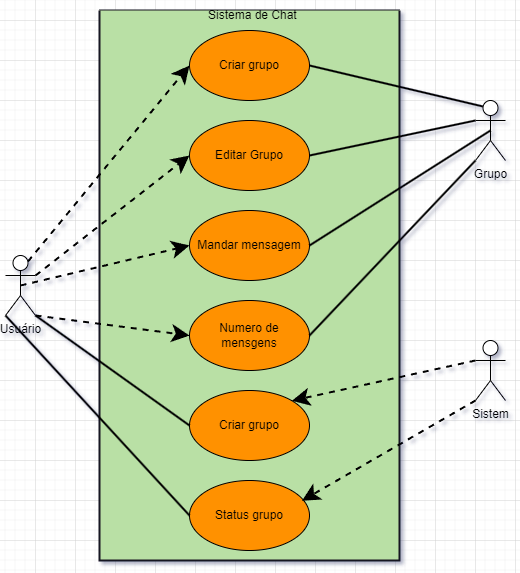
This is systemDocumentation/Pictures/diagram/casodeuso.drawio.png from ARRETdaniel/22-2_paradigm_O_O, a draw.io export, as it was before one commit. Source tidied: cells renumbered, new cells last; positions are measured from the earlier drawing's top-left corner, leaving out a move shared by most shapes.
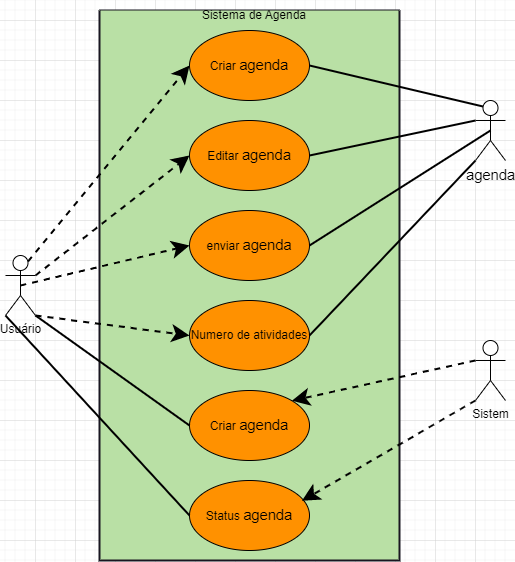
The same file after the commit.

Diff of the diagram source:
```diff
@@ -5,25 +5,25 @@
     <mxCell id="2" style="swimlane;startSize=0;fillColor=#d5e8d4;strokeColor=#191621;swimlaneFillColor=#B9E0A5;gradientColor=none;strokeWidth=2;" parent="1" vertex="1">
       <mxGeometry x="94" y="10" width="300" height="550" as="geometry" />
     </mxCell>
-    <mxCell id="3" value="Criar grupo" style="ellipse;whiteSpace=wrap;html=1;fillColor=#FF9100;gradientColor=none;" parent="2" vertex="1">
+    <mxCell id="3" value="Criar&amp;nbsp;&lt;span id=&quot;docs-internal-guid-5d248136-7fff-6230-5ce6-fc6c9844654c&quot;&gt;&lt;span style=&quot;font-size: 11pt; font-family: Arial; background-color: transparent; font-variant-numeric: normal; font-variant-east-asian: normal; vertical-align: baseline;&quot;&gt;agenda&lt;/span&gt;&lt;/span&gt;" style="ellipse;whiteSpace=wrap;html=1;fillColor=#FF9100;gradientColor=none;" parent="2" vertex="1">
       <mxGeometry x="90" y="20" width="120" height="70" as="geometry" />
     </mxCell>
-    <mxCell id="4" value="Editar Grupo" style="ellipse;whiteSpace=wrap;html=1;fillColor=#FF9100;gradientColor=none;" parent="2" vertex="1">
+    <mxCell id="4" value="Editar&amp;nbsp;&lt;span id=&quot;docs-internal-guid-5d248136-7fff-6230-5ce6-fc6c9844654c&quot;&gt;&lt;span style=&quot;font-size: 11pt; font-family: Arial; background-color: transparent; font-variant-numeric: normal; font-variant-east-asian: normal; vertical-align: baseline;&quot;&gt;agenda&lt;/span&gt;&lt;/span&gt;" style="ellipse;whiteSpace=wrap;html=1;fillColor=#FF9100;gradientColor=none;" parent="2" vertex="1">
       <mxGeometry x="90" y="110" width="120" height="70" as="geometry" />
     </mxCell>
-    <mxCell id="5" value="Mandar mensagem" style="ellipse;whiteSpace=wrap;html=1;fillColor=#FF9100;gradientColor=none;" parent="2" vertex="1">
+    <mxCell id="5" value="enviar&amp;nbsp;&lt;span id=&quot;docs-internal-guid-5d248136-7fff-6230-5ce6-fc6c9844654c&quot;&gt;&lt;span style=&quot;font-size: 11pt; font-family: Arial; background-color: transparent; font-variant-numeric: normal; font-variant-east-asian: normal; vertical-align: baseline;&quot;&gt;agenda&lt;/span&gt;&lt;/span&gt;" style="ellipse;whiteSpace=wrap;html=1;fillColor=#FF9100;gradientColor=none;" parent="2" vertex="1">
       <mxGeometry x="90" y="200" width="120" height="70" as="geometry" />
     </mxCell>
-    <mxCell id="6" value="Numero de mensgens" style="ellipse;whiteSpace=wrap;html=1;fillColor=#FF9100;gradientColor=none;" parent="2" vertex="1">
+    <mxCell id="6" value="Numero de atividades" style="ellipse;whiteSpace=wrap;html=1;fillColor=#FF9100;gradientColor=none;" parent="2" vertex="1">
       <mxGeometry x="90" y="290" width="120" height="70" as="geometry" />
     </mxCell>
-    <mxCell id="7" value="Criar grupo" style="ellipse;whiteSpace=wrap;html=1;fillColor=#FF9100;gradientColor=none;" parent="2" vertex="1">
+    <mxCell id="7" value="Criar&amp;nbsp;&lt;span id=&quot;docs-internal-guid-5d248136-7fff-6230-5ce6-fc6c9844654c&quot;&gt;&lt;span style=&quot;font-size: 11pt; font-family: Arial; background-color: transparent; font-variant-numeric: normal; font-variant-east-asian: normal; vertical-align: baseline;&quot;&gt;agenda&lt;/span&gt;&lt;/span&gt;" style="ellipse;whiteSpace=wrap;html=1;fillColor=#FF9100;gradientColor=none;" parent="2" vertex="1">
       <mxGeometry x="90" y="380" width="120" height="70" as="geometry" />
     </mxCell>
-    <mxCell id="8" value="Status grupo" style="ellipse;whiteSpace=wrap;html=1;fillColor=#FF9100;gradientColor=none;" parent="2" vertex="1">
+    <mxCell id="8" value="Status&amp;nbsp;&lt;span id=&quot;docs-internal-guid-5d248136-7fff-6230-5ce6-fc6c9844654c&quot;&gt;&lt;span style=&quot;font-size: 11pt; font-family: Arial; background-color: transparent; font-variant-numeric: normal; font-variant-east-asian: normal; vertical-align: baseline;&quot;&gt;agenda&lt;/span&gt;&lt;/span&gt;" style="ellipse;whiteSpace=wrap;html=1;fillColor=#FF9100;gradientColor=none;" parent="2" vertex="1">
       <mxGeometry x="90" y="470" width="120" height="70" as="geometry" />
     </mxCell>
-    <mxCell id="9" value="Sistema de Chat&amp;nbsp;" style="text;html=1;strokeColor=none;fillColor=none;align=center;verticalAlign=middle;whiteSpace=wrap;rounded=0;" parent="2" vertex="1">
+    <mxCell id="9" value="Sistema de Agenda" style="text;html=1;strokeColor=none;fillColor=none;align=center;verticalAlign=middle;whiteSpace=wrap;rounded=0;" parent="2" vertex="1">
       <mxGeometry x="10" y="-10" width="290" height="30" as="geometry" />
     </mxCell>
     <mxCell id="10" style="edgeStyle=none;rounded=0;jettySize=auto;html=1;exitX=0.75;exitY=0.1;exitDx=0;exitDy=0;exitPerimeter=0;entryX=0;entryY=0.5;entryDx=0;entryDy=0;dashed=1;startArrow=none;startFill=0;endSize=12;strokeWidth=2;" parent="1" edge="1" source="16" target="3">
@@ -59,7 +59,7 @@
     <mxCell id="20" style="edgeStyle=none;rounded=0;jettySize=auto;html=1;exitX=0;exitY=1;exitDx=0;exitDy=0;exitPerimeter=0;entryX=1;entryY=0.5;entryDx=0;entryDy=0;startArrow=none;startFill=0;endArrow=none;endFill=0;endSize=12;strokeWidth=2;" parent="1" edge="1" source="21" target="6">
       <mxGeometry relative="1" as="geometry" />
     </mxCell>
-    <mxCell id="21" value="Grupo" style="shape=umlActor;verticalLabelPosition=bottom;verticalAlign=top;html=1;outlineConnect=0;" parent="1" vertex="1">
+    <mxCell id="21" value="&lt;span id=&quot;docs-internal-guid-5d248136-7fff-6230-5ce6-fc6c9844654c&quot;&gt;&lt;span style=&quot;font-size: 11pt; font-family: Arial; background-color: transparent; font-variant-numeric: normal; font-variant-east-asian: normal; vertical-align: baseline;&quot;&gt;agenda&lt;/span&gt;&lt;/span&gt;" style="shape=umlActor;verticalLabelPosition=bottom;verticalAlign=top;html=1;outlineConnect=0;" parent="1" vertex="1">
       <mxGeometry x="470" y="100" width="30" height="60" as="geometry" />
     </mxCell>
     <mxCell id="22" style="rounded=0;jettySize=auto;html=1;exitX=0;exitY=0.3333333333333333;exitDx=0;exitDy=0;exitPerimeter=0;entryX=1;entryY=0;entryDx=0;entryDy=0;dashed=1;startArrow=none;startFill=0;endSize=12;strokeWidth=2;" parent="1" edge="1" source="23" target="7">
```
